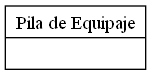
Before: pila_equipaje.png, a diagram exported from Graphviz (sajche12/201904490_EDD_Practica). Its source is kept beside it as pila_equipaje.dot.
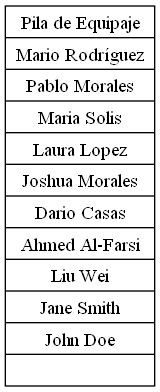
The same file after the commit.

Diff of the diagram source:
```diff
@@ -1,4 +1,4 @@
 digraph PilaEquipaje {
     node [shape=record];
-    pila [label="{Pila de Equipaje | }"];
+    pila [label="{Pila de Equipaje | <P33479810> Mario Rodríguez | <P84552016> Pablo Morales | <P34875201> Maria Solis | <P17829844> Laura Lopez | <P65842016> Joshua Morales | <P34567891> Dario Casas | <P34567890> Ahmed Al-Farsi | <P23456789> Liu Wei | <P98765432> Jane Smith | <P12345678> John Doe | }"];
 }
```
